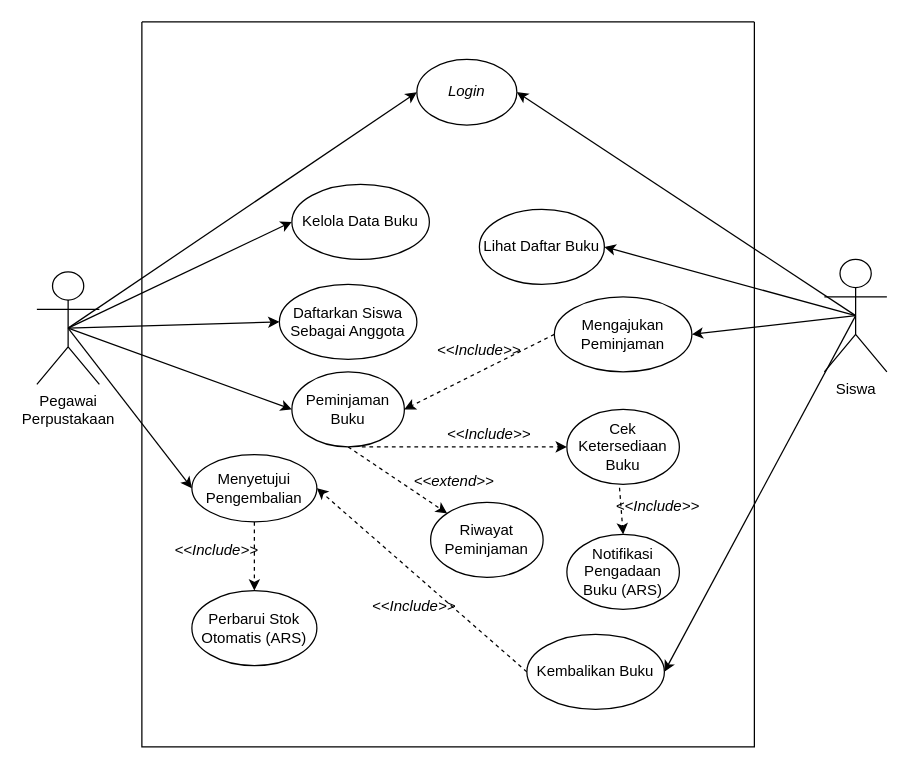
Before: page "Use Case" (1 of 16) of Use case.drawio in DikiDrim/FileSkripsi, a draw.io diagram. Source tidied: cells renumbered, new cells numbered last; positions are measured from the earlier drawing's top-left corner, leaving out a move shared by most shapes. Both pictures are drawn from the tidied source at 125%, with x=0, y=0 at pixel (36, 21).
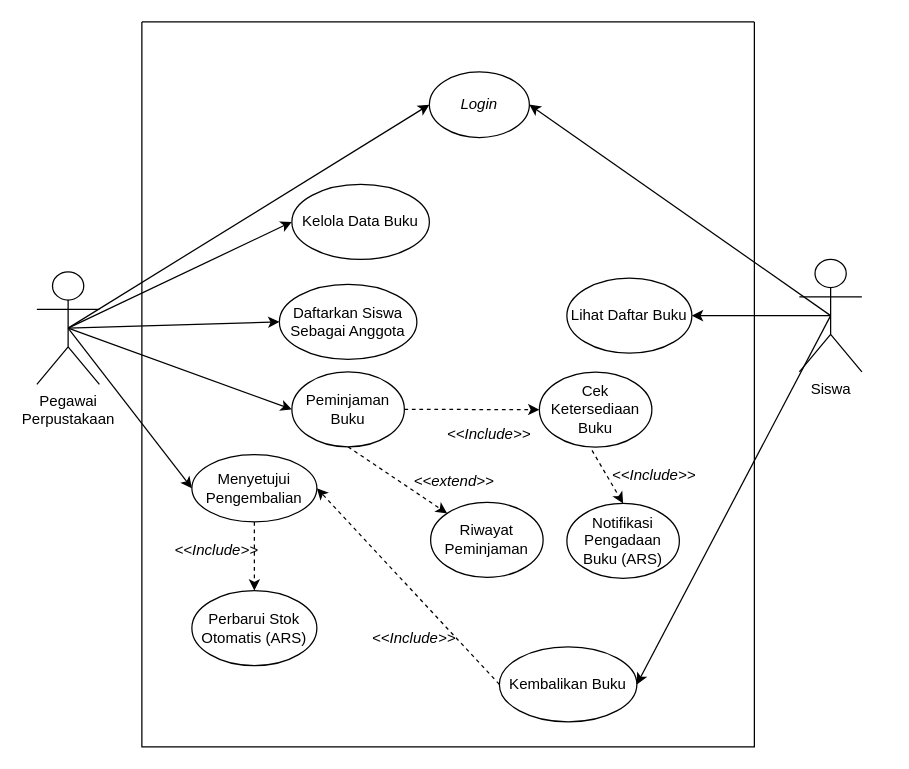
Above is the later version.

The change refers to these unchanged cells:
```xml
<mxCell id="7" style="swimlane;startSize=0;" parent="1" vertex="1">
  <mxGeometry x="84" width="490" height="580" as="geometry" />
</mxCell>
<mxCell id="14" value="Peminjaman Buku" style="ellipse;whiteSpace=wrap;html=1;" parent="7" vertex="1">
  <mxGeometry x="120" y="280" width="90" height="60" as="geometry" />
</mxCell>
```

Change to the diagram source:
```diff
@@
     <mxCell id="8" value="&lt;i&gt;Login&lt;/i&gt;" style="ellipse;whiteSpace=wrap;html=1;" parent="7" vertex="1">
-      <mxGeometry x="220" y="30" width="80" height="52.5" as="geometry" />
+      <mxGeometry x="230" y="40" width="80" height="52.5" as="geometry" />
     </mxCell>
     <mxCell id="9" value="Lihat Daftar Buku" style="ellipse;whiteSpace=wrap;html=1;" parent="7" vertex="1">
-      <mxGeometry x="270" y="150" width="100" height="60" as="geometry" />
+      <mxGeometry x="340" y="205" width="100" height="60" as="geometry" />
     </mxCell>
@@
-    <mxCell id="12" style="rounded=0;jettySize=auto;html=1;entryX=0;entryY=0.5;entryDx=0;entryDy=0;dashed=1;" parent="7" edge="1" target="15">
-      <mxGeometry relative="1" as="geometry">
-        <mxPoint x="176" y="340" as="sourcePoint" />
-      </mxGeometry>
+    <mxCell id="12" style="rounded=0;jettySize=auto;html=1;entryX=0;entryY=0.5;entryDx=0;entryDy=0;dashed=1;exitX=1;exitY=0.5;exitDx=0;exitDy=0;" parent="7" edge="1" source="14" target="15">
+      <mxGeometry relative="1" as="geometry" />
     </mxCell>
@@
     <mxCell id="15" value="Cek Ketersediaan Buku" style="ellipse;whiteSpace=wrap;html=1;" parent="7" vertex="1">
-      <mxGeometry x="340" y="310" width="90" height="60" as="geometry" />
+      <mxGeometry x="318" y="280.2" width="90" height="60" as="geometry" />
     </mxCell>
@@
     <mxCell id="17" value="Notifikasi Pengadaan Buku (ARS)" style="ellipse;whiteSpace=wrap;html=1;" parent="7" vertex="1">
-      <mxGeometry x="340" y="410" width="90" height="60" as="geometry" />
+      <mxGeometry x="340" y="385.2" width="90" height="60" as="geometry" />
     </mxCell>
@@
     <mxCell id="19" value="&lt;i&gt;&amp;lt;&amp;lt;Include&amp;gt;&amp;gt;&lt;/i&gt;" style="text;html=1;whiteSpace=wrap;strokeColor=none;fillColor=none;align=center;verticalAlign=middle;rounded=0;" parent="7" vertex="1">
-      <mxGeometry x="383" y="365" width="60" height="45" as="geometry" />
+      <mxGeometry x="380" y="340.2" width="60" height="45" as="geometry" />
     </mxCell>
@@
-    <mxCell id="24" style="rounded=0;jettySize=auto;html=1;exitX=0;exitY=0.5;exitDx=0;exitDy=0;entryX=1;entryY=0.5;entryDx=0;entryDy=0;dashed=1;" parent="7" edge="1" source="25" target="14">
-      <mxGeometry relative="1" as="geometry" />
-    </mxCell>
-    <mxCell id="25" value="Mengajukan Peminjaman" style="ellipse;whiteSpace=wrap;html=1;" parent="7" vertex="1">
-      <mxGeometry x="330" y="220" width="110" height="60" as="geometry" />
-    </mxCell>
@@
     <mxCell id="28" value="Kembalikan Buku" style="ellipse;whiteSpace=wrap;html=1;" parent="7" vertex="1">
-      <mxGeometry x="308" y="490" width="110" height="60" as="geometry" />
+      <mxGeometry x="286" y="500" width="110" height="60" as="geometry" />
     </mxCell>
@@
-    <mxCell id="30" value="&lt;i&gt;&amp;lt;&amp;lt;Include&amp;gt;&amp;gt;&lt;/i&gt;" style="text;html=1;whiteSpace=wrap;strokeColor=none;fillColor=none;align=center;verticalAlign=middle;rounded=0;" parent="7" vertex="1">
-      <mxGeometry x="240" y="240" width="60" height="45" as="geometry" />
-    </mxCell>
     <mxCell id="31" value="&lt;i&gt;&amp;lt;&amp;lt;Include&amp;gt;&amp;gt;&lt;/i&gt;" style="text;html=1;whiteSpace=wrap;strokeColor=none;fillColor=none;align=center;verticalAlign=middle;rounded=0;" parent="7" vertex="1">
-      <mxGeometry x="188" y="445" width="60" height="45" as="geometry" />
+      <mxGeometry x="188" y="470" width="60" height="45" as="geometry" />
     </mxCell>
@@
-    <mxCell id="34" style="rounded=0;jettySize=auto;html=1;exitX=0.5;exitY=0.5;exitDx=0;exitDy=0;exitPerimeter=0;entryX=1;entryY=0.5;entryDx=0;entryDy=0;" parent="1" edge="1" source="37" target="25">
-      <mxGeometry relative="1" as="geometry" />
-    </mxCell>
@@
     <mxCell id="37" value="Siswa" style="shape=umlActor;verticalLabelPosition=bottom;verticalAlign=top;html=1;outlineConnect=0;" parent="1" vertex="1">
-      <mxGeometry x="630" y="190" width="50" height="90" as="geometry" />
+      <mxGeometry x="610" y="190" width="50" height="90" as="geometry" />
     </mxCell>
```
